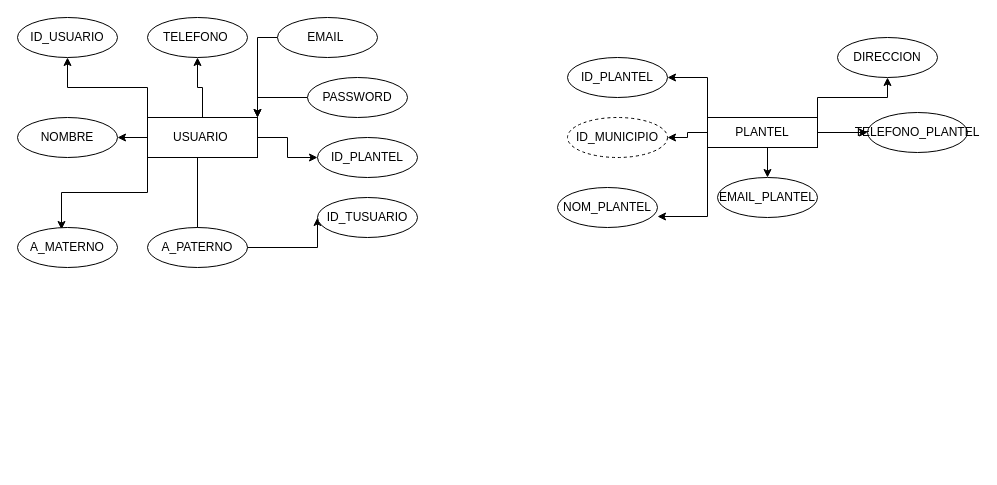
Earlier version of the draw.io diagram Diagrama sin título.drawio (pedroromeroDG/construction_BD). Source tidied: cells renumbered, new cells numbered last; positions are measured from the earlier drawing's top-left corner, leaving out a move shared by most shapes. Both pictures are drawn from the tidied source at 100%, with x=0, y=0 at pixel (17, 17).
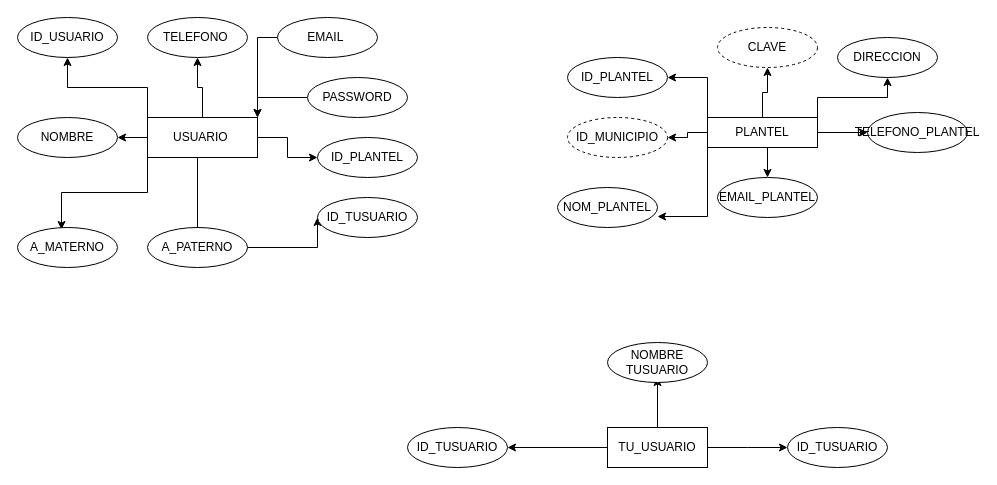
Above is the later version.

Commit message:
DIAGRAMA TABLAS

Unchanged cells that the change refers to:
```xml
<mxCell id="26" value="PLANTEL" style="whiteSpace=wrap;html=1;align=center;" parent="1" vertex="1">
  <mxGeometry x="690" y="100" width="110" height="30" as="geometry" />
</mxCell>
```

Diff of the diagram source:
```diff
@@
+    <mxCell id="33" style="edgeStyle=orthogonalEdgeStyle;rounded=0;jettySize=auto;html=1;exitX=0.5;exitY=0;exitDx=0;exitDy=0;entryX=0.5;entryY=1;entryDx=0;entryDy=0;" parent="1" edge="1" source="26" target="34">
+      <mxGeometry relative="1" as="geometry" />
+    </mxCell>
@@
+    <mxCell id="34" value="CLAVE" style="ellipse;whiteSpace=wrap;html=1;align=center;dashed=1;" parent="1" vertex="1">
+      <mxGeometry x="700" y="10" width="100" height="40" as="geometry" />
+    </mxCell>
+    <mxCell id="35" style="edgeStyle=orthogonalEdgeStyle;rounded=0;jettySize=auto;html=1;exitX=0.5;exitY=0;exitDx=0;exitDy=0;" parent="1" edge="1" source="38">
+      <mxGeometry relative="1" as="geometry">
+        <mxPoint x="640" y="360" as="targetPoint" />
+      </mxGeometry>
+    </mxCell>
+    <mxCell id="36" style="edgeStyle=orthogonalEdgeStyle;rounded=0;jettySize=auto;html=1;exitX=1;exitY=0.5;exitDx=0;exitDy=0;" parent="1" edge="1" source="38">
+      <mxGeometry relative="1" as="geometry">
+        <mxPoint x="770" y="430" as="targetPoint" />
+      </mxGeometry>
+    </mxCell>
+    <mxCell id="37" style="edgeStyle=orthogonalEdgeStyle;rounded=0;jettySize=auto;html=1;exitX=0;exitY=0.5;exitDx=0;exitDy=0;" parent="1" edge="1" source="38">
+      <mxGeometry relative="1" as="geometry">
+        <mxPoint x="490" y="430" as="targetPoint" />
+      </mxGeometry>
+    </mxCell>
+    <mxCell id="38" value="TU_USUARIO" style="whiteSpace=wrap;html=1;align=center;" parent="1" vertex="1">
+      <mxGeometry x="590" y="410" width="100" height="40" as="geometry" />
+    </mxCell>
+    <mxCell id="39" value="NOMBRE TUSUARIO" style="ellipse;whiteSpace=wrap;html=1;align=center;" parent="1" vertex="1">
+      <mxGeometry x="590" y="325" width="100" height="40" as="geometry" />
+    </mxCell>
+    <mxCell id="40" value="ID_TUSUARIO" style="ellipse;whiteSpace=wrap;html=1;align=center;" parent="1" vertex="1">
+      <mxGeometry x="770" y="410" width="100" height="40" as="geometry" />
+    </mxCell>
+    <mxCell id="41" value="ID_TUSUARIO" style="ellipse;whiteSpace=wrap;html=1;align=center;" parent="1" vertex="1">
+      <mxGeometry x="390" y="410" width="100" height="40" as="geometry" />
+    </mxCell>
```
